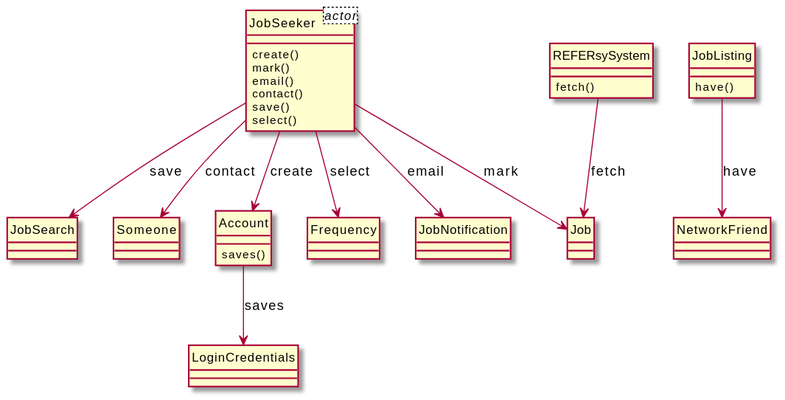
The PlantUML diagram output/diagram_5/2014-USC-Project10.svg in xixixhalu/DomainModelExtractor, before a commit.
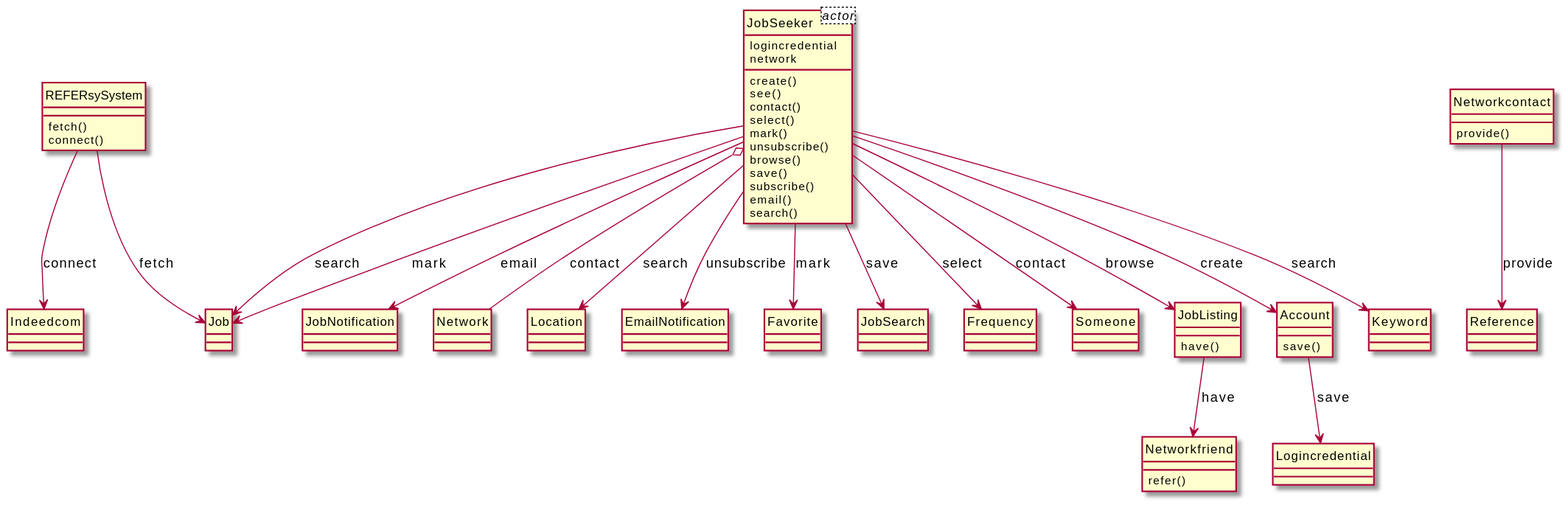
Later version of the same file.

The edit, as a diff of the source:
```diff
@@ -1,45 +1,80 @@
 @startuml
 hide circle
 class JobSeeker<actor> {
+	logincredential
+	network
 }
-class JobSeeker {
-	create()
-	mark()
-	email()
-	contact()
-	save()
-	select()
+class Networkcontact {
+	provide()
 }
-class JobNotification {
-}
-class REFERsySystem {
-	fetch()
-}
-class Job {
-}
-class JobSearch {
-}
-class Someone {
+class Reference {
 }
 class JobListing {
 	have()
 }
-class NetworkFriend {
+class Networkfriend {
+	refer()
 }
 class Account {
-	saves()
+	save()
+}
+class JobSeeker {
+	create()
+	see()
+	contact()
+	select()
+	mark()
+	unsubscribe()
+	browse()
+	save()
+	subscribe()
+	email()
+	search()
+}
+class Keyword {
+}
+class Job {
+}
+class JobNotification {
+}
+class Network {
+}
+class REFERsySystem {
+	fetch()
+	connect()
+}
+class Location {
+}
+class EmailNotification {
+}
+class Indeedcom {
+}
+class Favorite {
+}
+class Logincredential {
+}
+class JobSearch {
 }
 class Frequency {
 }
-class LoginCredentials {
+class Someone {
 }
+JobSeeker --> JobListing : browse
+JobSeeker o-- Network : contact
+REFERsySystem --> Job : fetch
+JobSeeker --> EmailNotification : unsubscribe
+JobSeeker --> Frequency : select
+Account --> Logincredential : save
 JobSeeker --> Job : mark
+Networkcontact --> Reference : provide
+REFERsySystem --> Indeedcom : connect
 JobSeeker --> Account : create
+JobSeeker --> Job : search
+JobSeeker --> JobSearch : save
+JobSeeker --> JobNotification : email
+JobSeeker --> Keyword : search
 JobSeeker --> Someone : contact
-REFERsySystem --> Job : fetch
-JobSeeker --> JobNotification : email
-JobSeeker --> Frequency : select
-JobSeeker --> JobSearch : save
-JobListing --> NetworkFriend : have
-Account --> LoginCredentials : saves
+JobSeeker --> Favorite : mark
+JobSeeker --> Location : search
+JobListing --> Networkfriend : have
 @enduml
```
